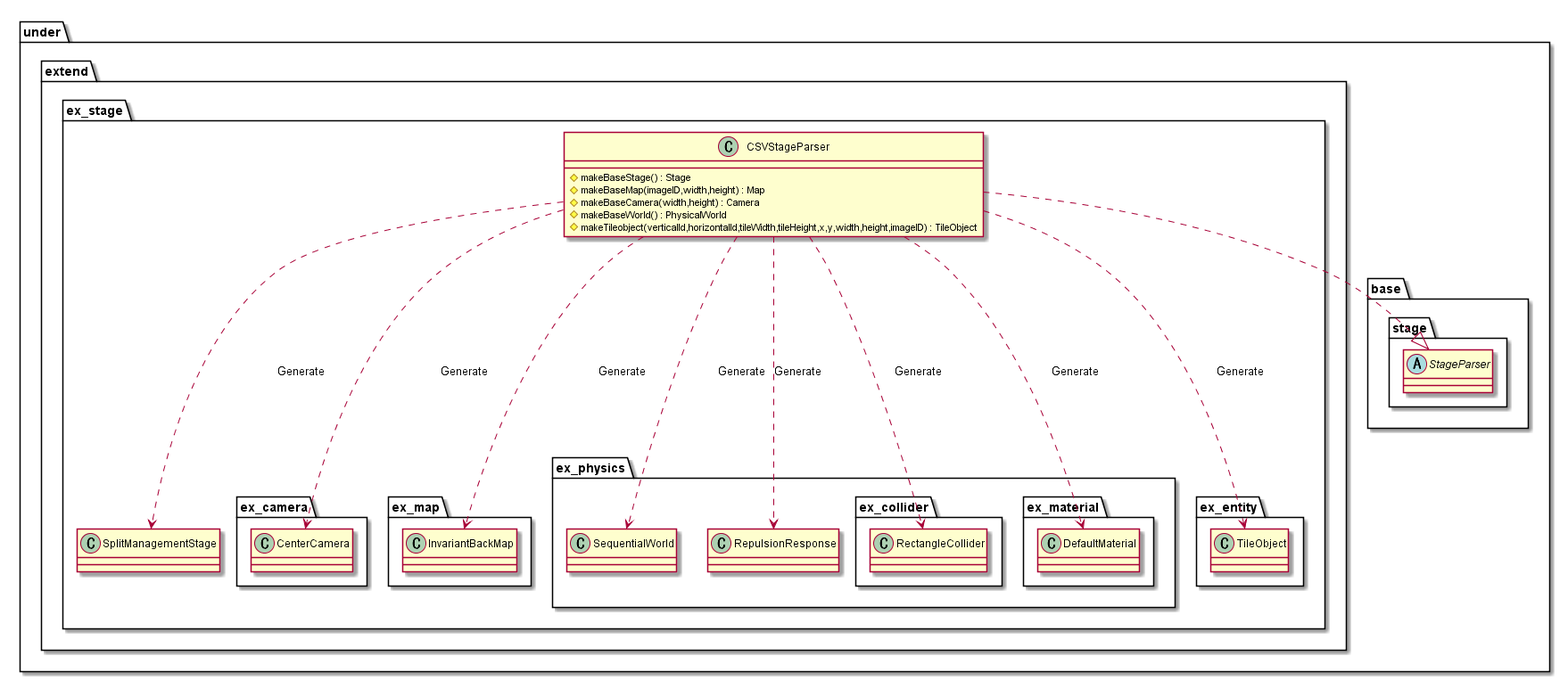
Expine/Under keeps this PlantUML diagram as out/uml/parser/CSV/ParserCSV.png. Above is the earlier version. Source of this version:
```plantuml
@startuml ParserCSV

package under {
    package extend {
        package ex_stage {
            class CSVStageParser {
                #makeBaseStage() : Stage
                #makeBaseMap(imageID,width,height) : Map
                #makeBaseCamera(width,height) : Camera
                #makeBaseWorld() : PhysicalWorld
                #makeTileobject(verticalId,horizontalId,tileWidth,tileHeight,x,y,width,height,imageID) : TileObject
            }
        }
    }
}

package under {
    package base {
        package stage {
            abstract StageParser
        }
    }
    package extend {
        package ex_stage {
            class SplitManagementStage
            package ex_camera {
                class CenterCamera
            }
            package ex_map {
                class InvariantBackMap
            }
            package ex_physics {
                class SequentialWorld
                class RepulsionResponse
                package ex_collider {
                    class RectangleCollider
                }
                package ex_material {
                    class DefaultMaterial
                }
            }
            package ex_entity {
                class TileObject
            }
        }
    }
}

CSVStageParser ...> SplitManagementStage : Generate
CSVStageParser ...> CenterCamera : Generate
CSVStageParser ...> InvariantBackMap : Generate
CSVStageParser ...> SequentialWorld : Generate
CSVStageParser ...> RepulsionResponse : Generate
CSVStageParser ...> TileObject : Generate
CSVStageParser ...> RectangleCollider : Generate
CSVStageParser ...> DefaultMaterial : Generate

CSVStageParser ..|> StageParser

@enduml
```
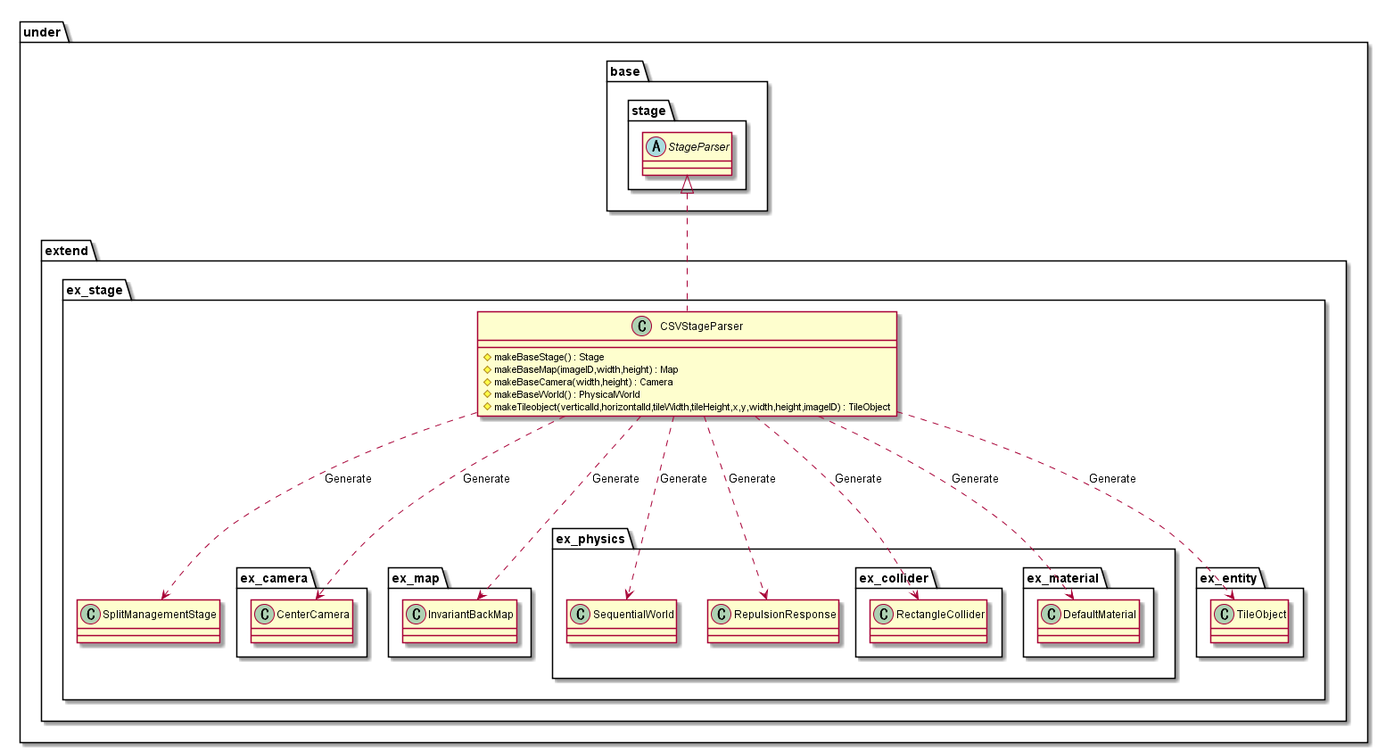
The same diagram one commit later.

The edit, as a diff of the source:
```diff
@@ -55,6 +55,6 @@
 CSVStageParser ...> RectangleCollider : Generate
 CSVStageParser ...> DefaultMaterial : Generate
 
-CSVStageParser ..|> StageParser
+StageParser <|.. CSVStageParser
 
 @enduml
```
